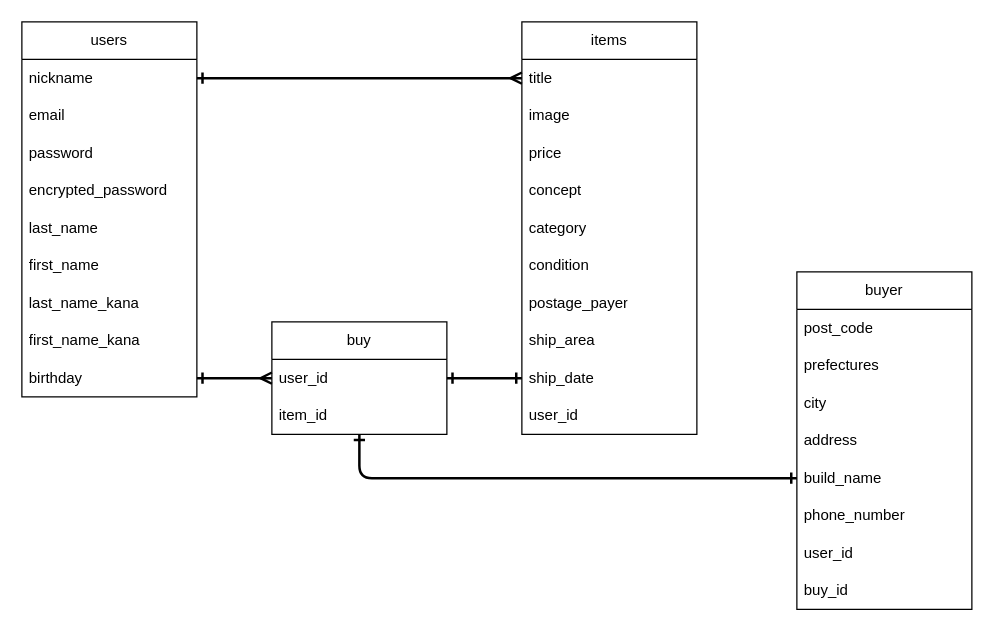
Before: er.dio in nobuyuki-hirai/furima-38643, a draw.io diagram. Source tidied: cells renumbered, new cells numbered last; positions are measured from the earlier drawing's top-left corner, leaving out a move shared by most shapes. Both pictures are drawn from the tidied source at 125%, with x=0, y=0 at pixel (21, 21).
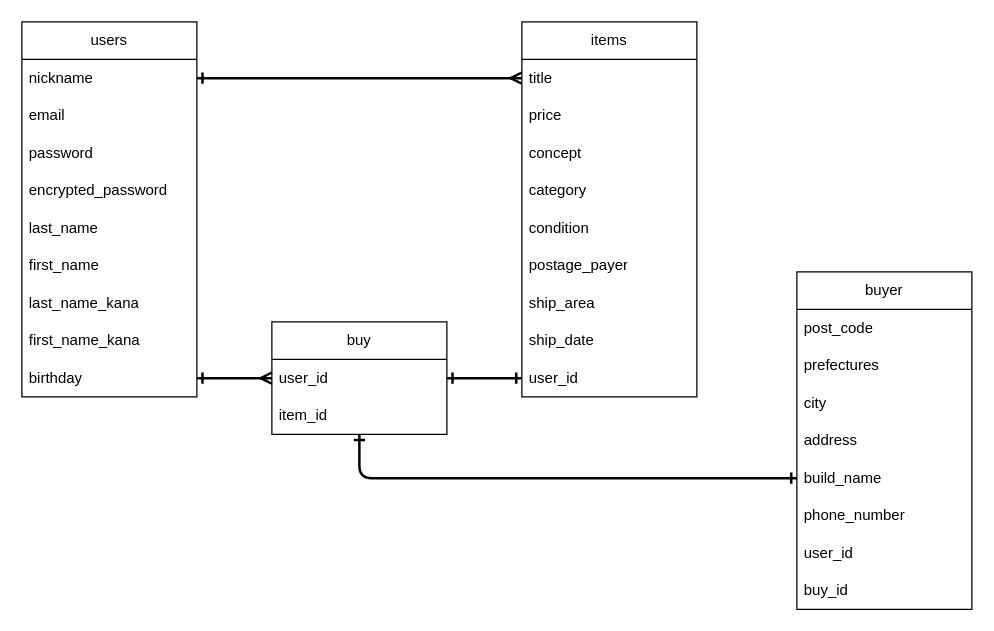
Above is the later version.

Commit message (it also covers changes not shown here):
imageカラムの削除

Unchanged cells that the change refers to:
```xml
<mxCell id="34" value="user_id" style="text;strokeColor=none;fillColor=none;align=left;verticalAlign=middle;spacingLeft=4;spacingRight=4;overflow=hidden;points=[[0,0.5],[1,0.5]];portConstraint=eastwest;whiteSpace=wrap;html=1;" parent="33" vertex="1">
  <mxGeometry y="30" width="140" height="30" as="geometry" />
</mxCell>
```

Change to the diagram source:
```diff
@@
     <mxCell id="12" value="items" style="swimlane;fontStyle=0;horizontal=1;startSize=30;whiteSpace=wrap;html=1;" parent="1" vertex="1">
-      <mxGeometry x="400" width="140" height="330" as="geometry" />
+      <mxGeometry x="400" width="140" height="300" as="geometry" />
     </mxCell>
@@
-    <mxCell id="14" value="image" style="text;strokeColor=none;fillColor=none;align=left;verticalAlign=middle;spacingLeft=4;spacingRight=4;overflow=hidden;whiteSpace=wrap;html=1;" parent="12" vertex="1">
-      <mxGeometry y="60" width="140" height="30" as="geometry" />
-    </mxCell>
     <mxCell id="15" value="price" style="text;strokeColor=none;fillColor=none;align=left;verticalAlign=middle;spacingLeft=4;spacingRight=4;overflow=hidden;whiteSpace=wrap;html=1;" parent="12" vertex="1">
-      <mxGeometry y="90" width="140" height="30" as="geometry" />
+      <mxGeometry y="60" width="140" height="30" as="geometry" />
     </mxCell>
     <mxCell id="16" value="concept" style="text;strokeColor=none;fillColor=none;align=left;verticalAlign=middle;spacingLeft=4;spacingRight=4;overflow=hidden;whiteSpace=wrap;html=1;" parent="12" vertex="1">
-      <mxGeometry y="120" width="140" height="30" as="geometry" />
+      <mxGeometry y="90" width="140" height="30" as="geometry" />
     </mxCell>
     <mxCell id="17" value="category" style="text;strokeColor=none;fillColor=none;align=left;verticalAlign=middle;spacingLeft=4;spacingRight=4;overflow=hidden;whiteSpace=wrap;html=1;" parent="12" vertex="1">
-      <mxGeometry y="150" width="140" height="30" as="geometry" />
+      <mxGeometry y="120" width="140" height="30" as="geometry" />
     </mxCell>
     <mxCell id="18" value="condition" style="text;strokeColor=none;fillColor=none;align=left;verticalAlign=middle;spacingLeft=4;spacingRight=4;overflow=hidden;whiteSpace=wrap;html=1;" parent="12" vertex="1">
-      <mxGeometry y="180" width="140" height="30" as="geometry" />
+      <mxGeometry y="150" width="140" height="30" as="geometry" />
     </mxCell>
     <mxCell id="19" value="postage_payer" style="text;strokeColor=none;fillColor=none;align=left;verticalAlign=middle;spacingLeft=4;spacingRight=4;overflow=hidden;whiteSpace=wrap;html=1;" parent="12" vertex="1">
-      <mxGeometry y="210" width="140" height="30" as="geometry" />
+      <mxGeometry y="180" width="140" height="30" as="geometry" />
     </mxCell>
     <mxCell id="20" value="ship_area" style="text;strokeColor=none;fillColor=none;align=left;verticalAlign=middle;spacingLeft=4;spacingRight=4;overflow=hidden;whiteSpace=wrap;html=1;" parent="12" vertex="1">
-      <mxGeometry y="240" width="140" height="30" as="geometry" />
+      <mxGeometry y="210" width="140" height="30" as="geometry" />
     </mxCell>
     <mxCell id="21" value="ship_date" style="text;strokeColor=none;fillColor=none;align=left;verticalAlign=middle;spacingLeft=4;spacingRight=4;overflow=hidden;points=[[0,0.5],[1,0.5]];portConstraint=eastwest;whiteSpace=wrap;html=1;" parent="12" vertex="1">
-      <mxGeometry y="270" width="140" height="30" as="geometry" />
+      <mxGeometry y="240" width="140" height="30" as="geometry" />
     </mxCell>
     <mxCell id="22" value="user_id" style="text;strokeColor=none;fillColor=none;align=left;verticalAlign=middle;spacingLeft=4;spacingRight=4;overflow=hidden;points=[[0,0.5],[1,0.5]];portConstraint=eastwest;whiteSpace=wrap;html=1;" parent="12" vertex="1">
-      <mxGeometry y="300" width="140" height="30" as="geometry" />
+      <mxGeometry y="270" width="140" height="30" as="geometry" />
     </mxCell>
@@
-    <mxCell id="37" style="edgeStyle=none;html=1;exitX=1;exitY=0.5;exitDx=0;exitDy=0;entryX=0;entryY=0.5;entryDx=0;entryDy=0;strokeWidth=2;startArrow=ERone;startFill=0;endArrow=ERone;endFill=0;" parent="1" edge="1" source="34" target="21">
+    <mxCell id="37" style="edgeStyle=none;html=1;exitX=1;exitY=0.5;exitDx=0;exitDy=0;entryX=0;entryY=0.5;entryDx=0;entryDy=0;strokeWidth=2;startArrow=ERone;startFill=0;endArrow=ERone;endFill=0;" parent="1" edge="1" source="34" target="22">
       <mxGeometry relative="1" as="geometry" />
     </mxCell>
```
